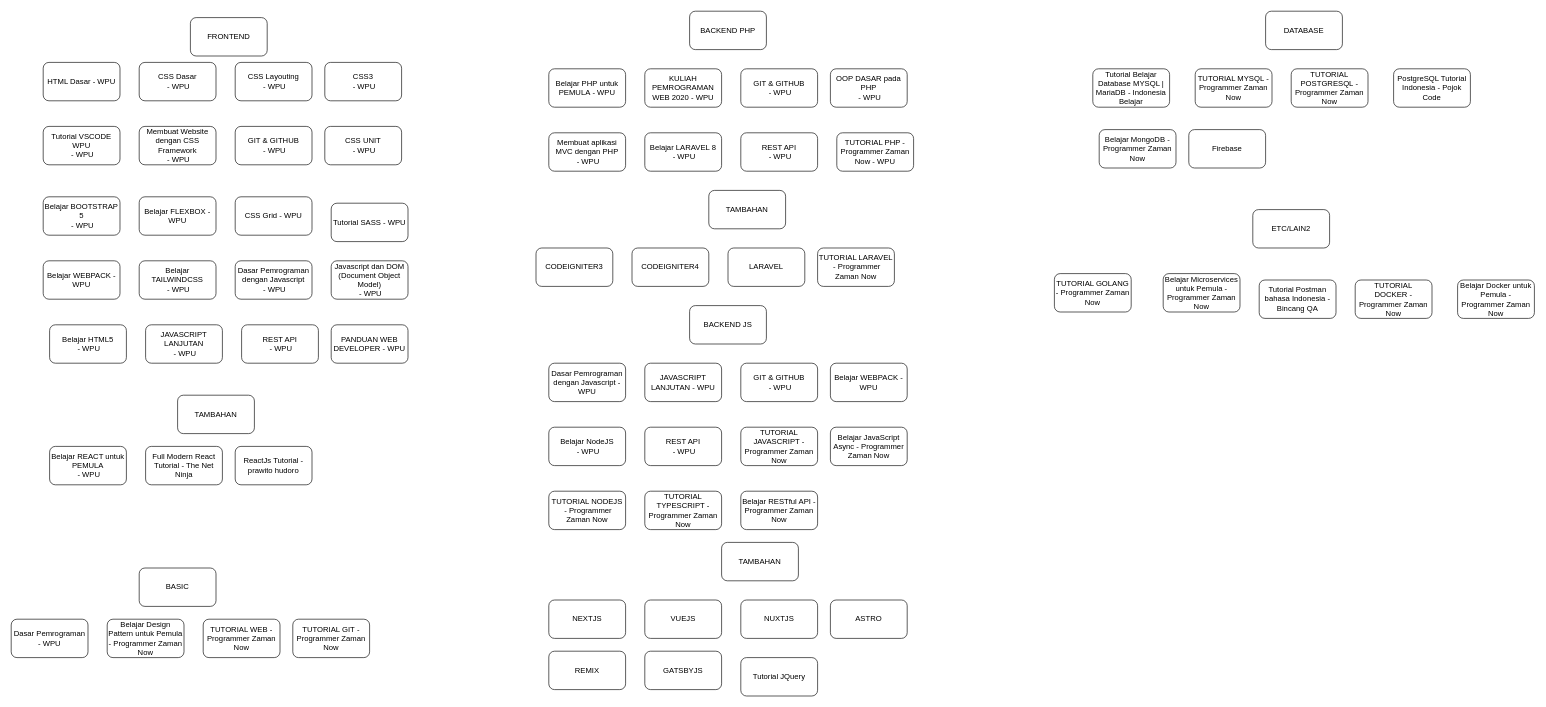
bancarafarros/sinauo keeps this draw.io diagram as roadmad.drawio. Above is the earlier version. Source tidied: cells renumbered, new cells numbered last; positions are measured from the earlier drawing's top-left corner, leaving out a move shared by most shapes. Both pictures are drawn from the tidied source at 64%, with x=0, y=0 at pixel (11, 11).
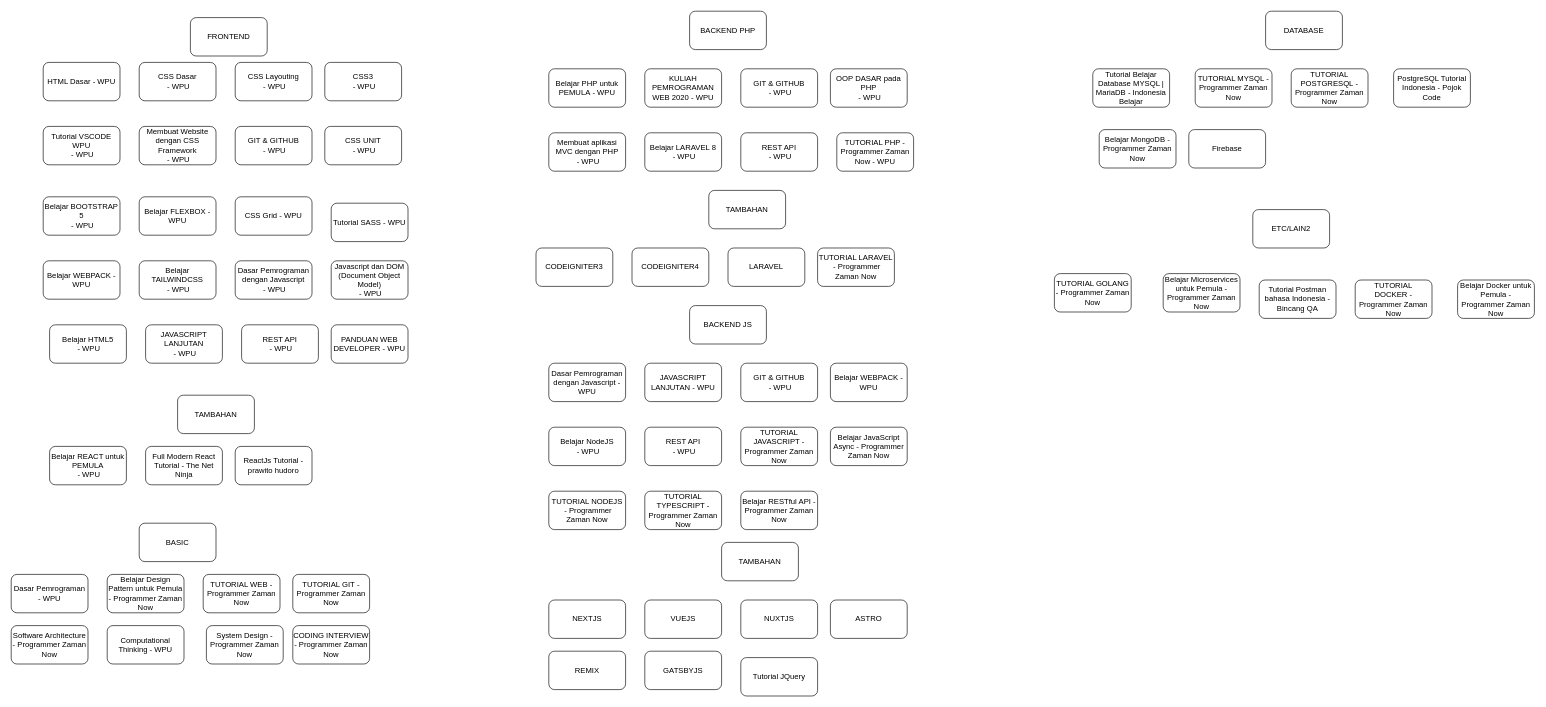
After the change.

Commit message:
update roadmap basic

The edit, as a diff of the source:
```diff
@@
     <mxCell id="65" value="TUTORIAL WEB&amp;nbsp;- Programmer Zaman Now" style="rounded=1;whiteSpace=wrap;html=1;" parent="1" vertex="1">
-      <mxGeometry x="300" y="950" width="120" height="60" as="geometry" />
+      <mxGeometry x="300" y="880" width="120" height="60" as="geometry" />
     </mxCell>
     <mxCell id="66" value="TUTORIAL GIT&amp;nbsp;- Programmer Zaman Now" style="rounded=1;whiteSpace=wrap;html=1;" parent="1" vertex="1">
-      <mxGeometry x="440" y="950" width="120" height="60" as="geometry" />
+      <mxGeometry x="440" y="880" width="120" height="60" as="geometry" />
     </mxCell>
@@
     <mxCell id="73" value="Belajar Design Pattern untuk Pemula - Programmer Zaman Now" style="rounded=1;whiteSpace=wrap;html=1;" parent="1" vertex="1">
-      <mxGeometry x="150" y="950" width="120" height="60" as="geometry" />
+      <mxGeometry x="150" y="880" width="120" height="60" as="geometry" />
     </mxCell>
     <mxCell id="74" value="&lt;div&gt;Dasar Pemrograman - WPU&lt;/div&gt;" style="rounded=1;whiteSpace=wrap;html=1;" parent="1" vertex="1">
-      <mxGeometry y="950" width="120" height="60" as="geometry" />
+      <mxGeometry y="880" width="120" height="60" as="geometry" />
     </mxCell>
     <mxCell id="75" value="&lt;div&gt;BASIC&lt;/div&gt;" style="rounded=1;whiteSpace=wrap;html=1;" parent="1" vertex="1">
-      <mxGeometry x="200" y="870" width="120" height="60" as="geometry" />
+      <mxGeometry x="200" y="800" width="120" height="60" as="geometry" />
     </mxCell>
@@
+    <mxCell id="79" value="Software Architecture - Programmer Zaman Now" style="rounded=1;whiteSpace=wrap;html=1;" parent="1" vertex="1">
+      <mxGeometry y="960" width="120" height="60" as="geometry" />
+    </mxCell>
+    <mxCell id="80" value="Computational Thinking - WPU" style="rounded=1;whiteSpace=wrap;html=1;" parent="1" vertex="1">
+      <mxGeometry x="150" y="960" width="120" height="60" as="geometry" />
+    </mxCell>
+    <mxCell id="81" value="System Design - Programmer Zaman Now" style="rounded=1;whiteSpace=wrap;html=1;" parent="1" vertex="1">
+      <mxGeometry x="305" y="960" width="120" height="60" as="geometry" />
+    </mxCell>
+    <mxCell id="82" value="CODING INTERVIEW - Programmer Zaman Now" style="rounded=1;whiteSpace=wrap;html=1;" parent="1" vertex="1">
+      <mxGeometry x="440" y="960" width="120" height="60" as="geometry" />
+    </mxCell>
```
